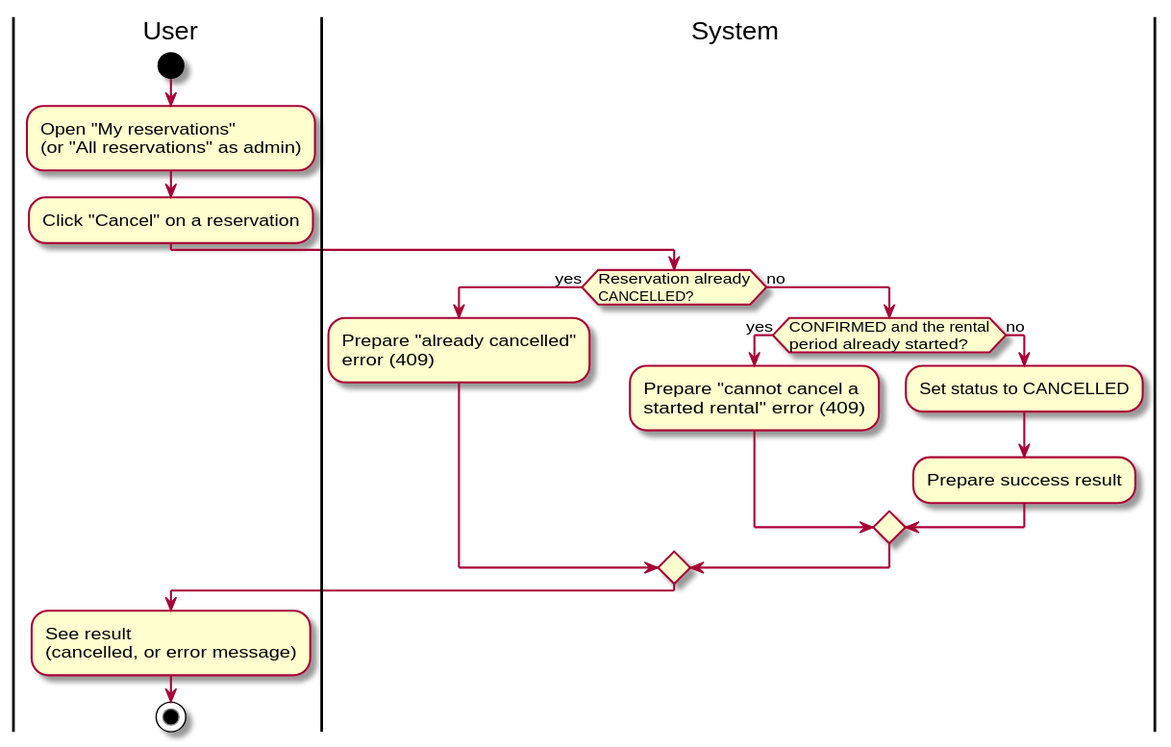
This is docs/diagrams/activity-cancel-reservation.svg from DavidMagyarics/CarRentalVSB, a PlantUML export, as it was before one commit.
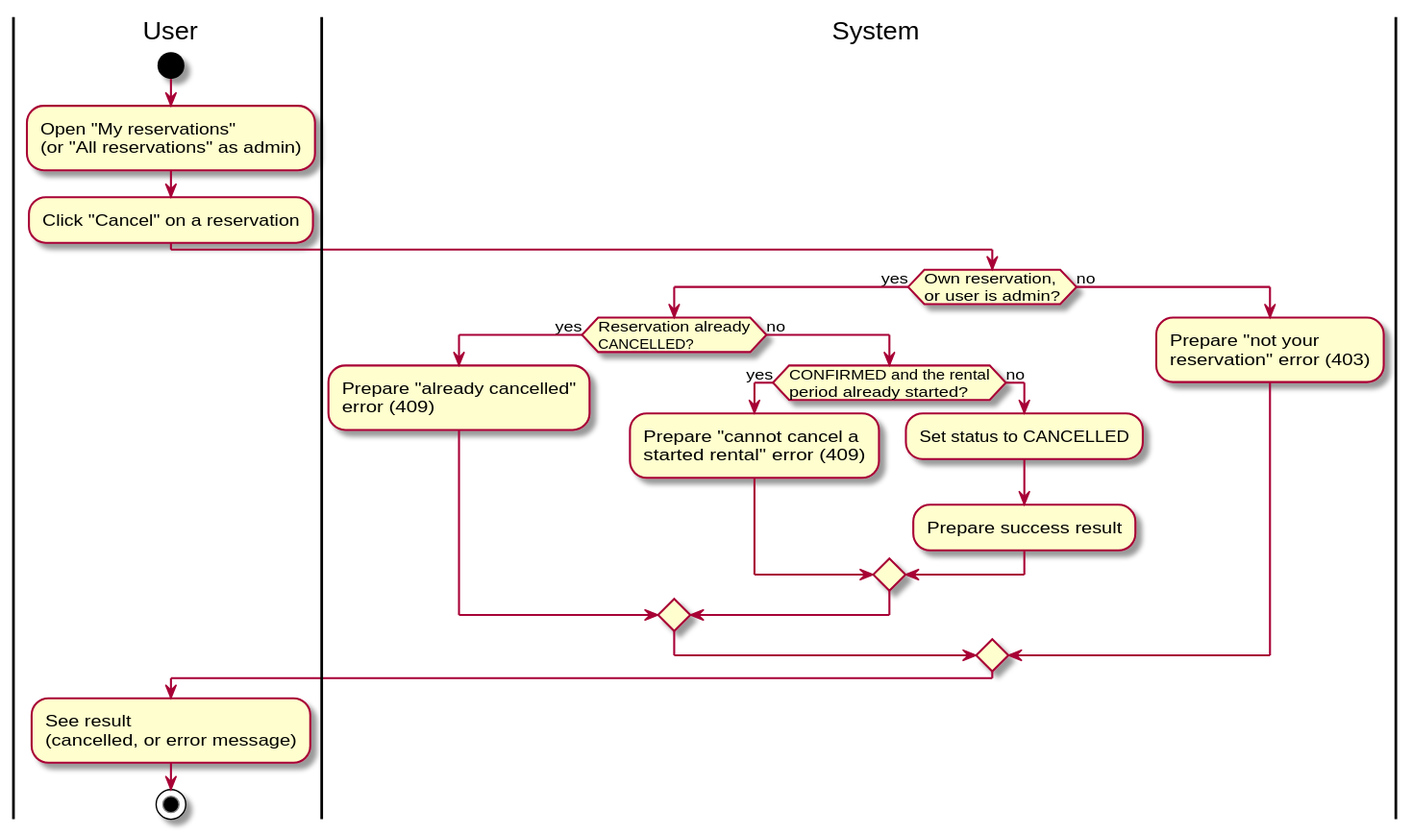
The same diagram one commit later.

The edit, as a diff of the source:
```diff
@@ -7,15 +7,19 @@
 :Click "Cancel" on a reservation;
 
 |System|
-if (Reservation already\nCANCELLED?) then (yes)
-  :Prepare "already cancelled"\nerror (409);
+if (Own reservation,\nor user is admin?) then (yes)
+  if (Reservation already\nCANCELLED?) then (yes)
+    :Prepare "already cancelled"\nerror (409);
+  else (no)
+    if (CONFIRMED and the rental\nperiod already started?) then (yes)
+      :Prepare "cannot cancel a\nstarted rental" error (409);
+    else (no)
+      :Set status to CANCELLED;
+      :Prepare success result;
+    endif
+  endif
 else (no)
-  if (CONFIRMED and the rental\nperiod already started?) then (yes)
-    :Prepare "cannot cancel a\nstarted rental" error (409);
-  else (no)
-    :Set status to CANCELLED;
-    :Prepare success result;
-  endif
+  :Prepare "not your\nreservation" error (403);
 endif
 
 |User|
```
